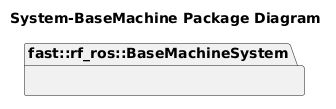
fastrobotics/robot_framework_ros keeps this PlantUML diagram as Systems/BaseMachine/doc/puml/SystemBaseMachinePackageDiagram.png. Above is the earlier version. Source of this version:
```plantuml
@startuml
title System-BaseMachine Package Diagram
namespace fast::rf_ros::BaseMachineSystem {
}
@enduml
```
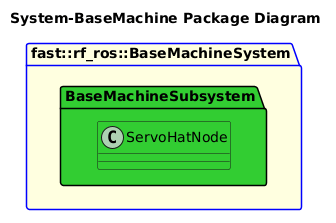
The same diagram one commit later.

Change to the diagram source:
```diff
@@ -1,5 +1,8 @@
 @startuml
 title System-BaseMachine Package Diagram
-namespace fast::rf_ros::BaseMachineSystem {
+package fast::rf_ros::BaseMachineSystem #LightYellow;line:blue {
+    namespace BaseMachineSubsystem #LimeGreen {
+        class ServoHatNode #LimeGreen
+    }
 }
 @enduml
```
